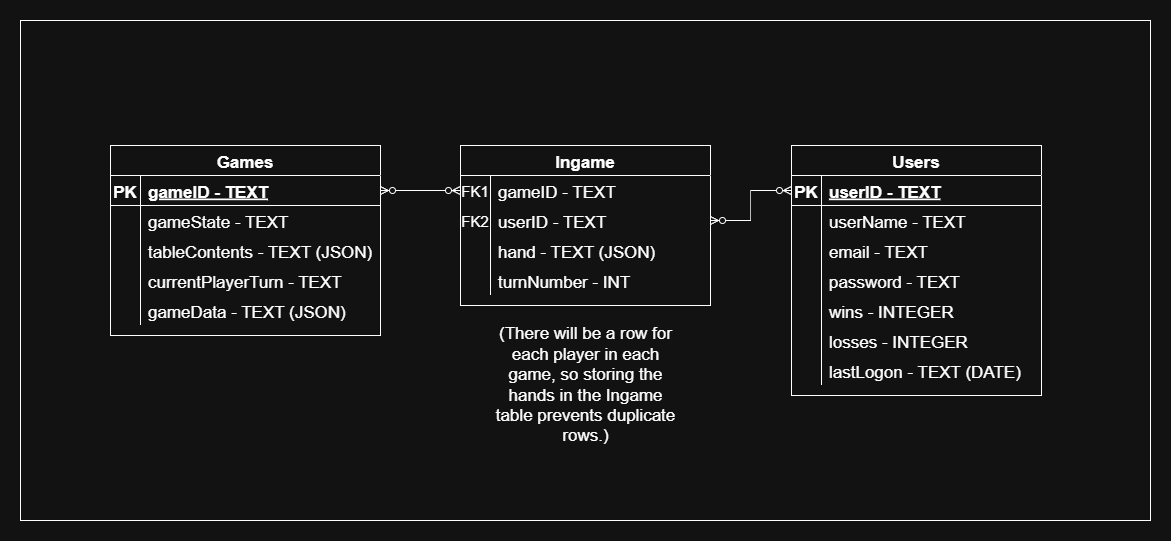
wiz-rd/Rummikub keeps this draw.io diagram as ER_Diagram_Preliminary.png. Above is the earlier version. Source tidied: cells renumbered, new cells last; positions are measured from the earlier drawing's top-left corner, leaving out a move shared by most shapes.
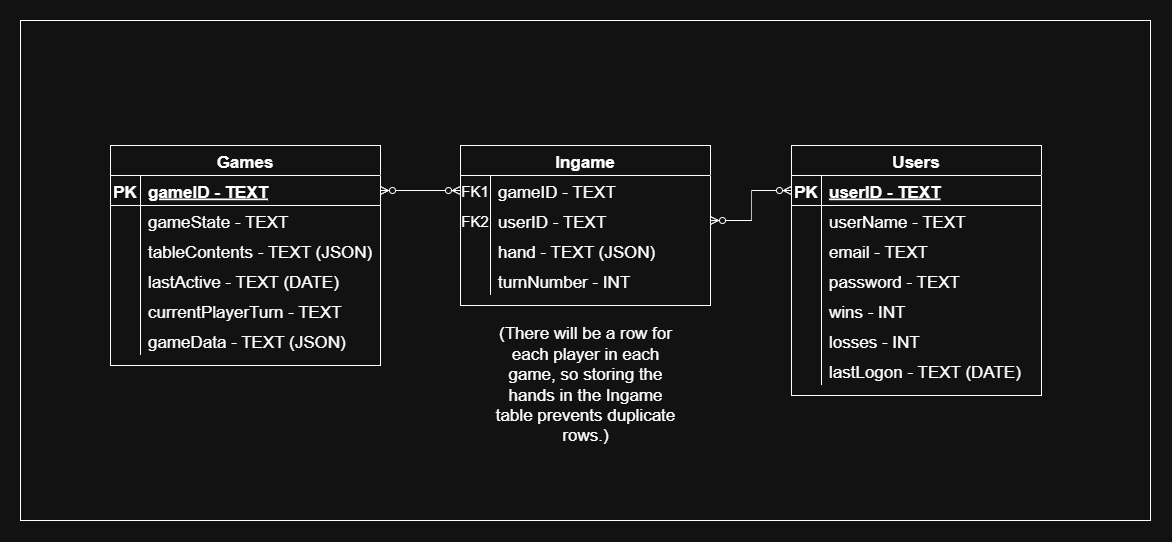
After the commit.

The edit, as a diff of the source:
```diff
@@ -92,7 +92,7 @@
     <mxCell id="31" style="shape=partialRectangle;overflow=hidden;fillColor=none;top=0;left=0;bottom=0;right=0;fontSize=17;" parent="30" vertex="1">
       <mxGeometry width="30" height="30" as="geometry" />
     </mxCell>
-    <mxCell id="32" value="wins - INTEGER" style="shape=partialRectangle;overflow=hidden;fillColor=none;top=0;left=0;bottom=0;right=0;align=left;spacingLeft=6;fontSize=17;" parent="30" vertex="1">
+    <mxCell id="32" value="wins - INT" style="shape=partialRectangle;overflow=hidden;fillColor=none;top=0;left=0;bottom=0;right=0;align=left;spacingLeft=6;fontSize=17;" parent="30" vertex="1">
       <mxGeometry x="30" width="220" height="30" as="geometry" />
     </mxCell>
     <mxCell id="33" style="shape=partialRectangle;fillColor=none;top=0;left=0;right=0;bottom=0;fontSize=17;" parent="17" vertex="1">
@@ -101,7 +101,7 @@
     <mxCell id="34" style="shape=partialRectangle;overflow=hidden;fillColor=none;top=0;left=0;bottom=0;right=0;fontSize=17;" parent="33" vertex="1">
       <mxGeometry width="30" height="30" as="geometry" />
     </mxCell>
-    <mxCell id="35" value="losses - INTEGER" style="shape=partialRectangle;overflow=hidden;fillColor=none;top=0;left=0;bottom=0;right=0;align=left;spacingLeft=6;fontSize=17;" parent="33" vertex="1">
+    <mxCell id="35" value="losses - INT" style="shape=partialRectangle;overflow=hidden;fillColor=none;top=0;left=0;bottom=0;right=0;align=left;spacingLeft=6;fontSize=17;" parent="33" vertex="1">
       <mxGeometry x="30" width="220" height="30" as="geometry" />
     </mxCell>
     <mxCell id="36" style="shape=partialRectangle;fillColor=none;top=0;left=0;right=0;bottom=0;fontSize=17;" parent="17" vertex="1">
@@ -114,7 +114,7 @@
       <mxGeometry x="30" width="220" height="30" as="geometry" />
     </mxCell>
     <mxCell id="39" value="Games" style="shape=table;startSize=30;rowLines=0;fontStyle=1;align=center;fontSize=17;" parent="1" vertex="1">
-      <mxGeometry x="90" y="125" width="270" height="190" as="geometry" />
+      <mxGeometry x="90" y="125" width="270" height="220" as="geometry" />
     </mxCell>
     <mxCell id="40" style="shape=partialRectangle;fillColor=none;points=[[0,0.5],[1,0.5]];portConstraint=eastwest;top=0;left=0;right=0;bottom=1;fontSize=17;" parent="39" vertex="1">
       <mxGeometry y="30" width="270" height="30" as="geometry" />
@@ -143,8 +143,17 @@
     <mxCell id="48" value="tableContents - TEXT (JSON)" style="shape=partialRectangle;overflow=hidden;fillColor=none;top=0;left=0;bottom=0;right=0;align=left;spacingLeft=6;fontSize=17;" parent="46" vertex="1">
       <mxGeometry x="30" width="240" height="30" as="geometry" />
     </mxCell>
+    <mxCell id="57" style="shape=partialRectangle;fillColor=none;top=0;left=0;right=0;bottom=0;fontSize=17;" parent="39" vertex="1">
+      <mxGeometry y="120" width="270" height="30" as="geometry" />
+    </mxCell>
+    <mxCell id="58" style="shape=partialRectangle;overflow=hidden;fillColor=none;top=0;left=0;bottom=0;right=0;fontSize=17;" parent="57" vertex="1">
+      <mxGeometry width="30" height="30" as="geometry" />
+    </mxCell>
+    <mxCell id="59" value="lastActive - TEXT (DATE)" style="shape=partialRectangle;overflow=hidden;fillColor=none;top=0;left=0;bottom=0;right=0;align=left;spacingLeft=6;fontSize=17;" parent="57" vertex="1">
+      <mxGeometry x="30" width="240" height="30" as="geometry" />
+    </mxCell>
     <mxCell id="49" style="shape=partialRectangle;fillColor=none;top=0;left=0;right=0;bottom=0;fontSize=17;" parent="39" vertex="1">
-      <mxGeometry y="120" width="270" height="30" as="geometry" />
+      <mxGeometry y="150" width="270" height="30" as="geometry" />
     </mxCell>
     <mxCell id="50" style="shape=partialRectangle;overflow=hidden;fillColor=none;top=0;left=0;bottom=0;right=0;fontSize=17;" parent="49" vertex="1">
       <mxGeometry width="30" height="30" as="geometry" />
@@ -153,7 +162,7 @@
       <mxGeometry x="30" width="240" height="30" as="geometry" />
     </mxCell>
     <mxCell id="52" style="shape=partialRectangle;fillColor=none;top=0;left=0;right=0;bottom=0;fontSize=17;" parent="39" vertex="1">
-      <mxGeometry y="150" width="270" height="30" as="geometry" />
+      <mxGeometry y="180" width="270" height="30" as="geometry" />
     </mxCell>
     <mxCell id="53" style="shape=partialRectangle;overflow=hidden;fillColor=none;top=0;left=0;bottom=0;right=0;fontSize=17;" parent="52" vertex="1">
       <mxGeometry width="30" height="30" as="geometry" />
```
